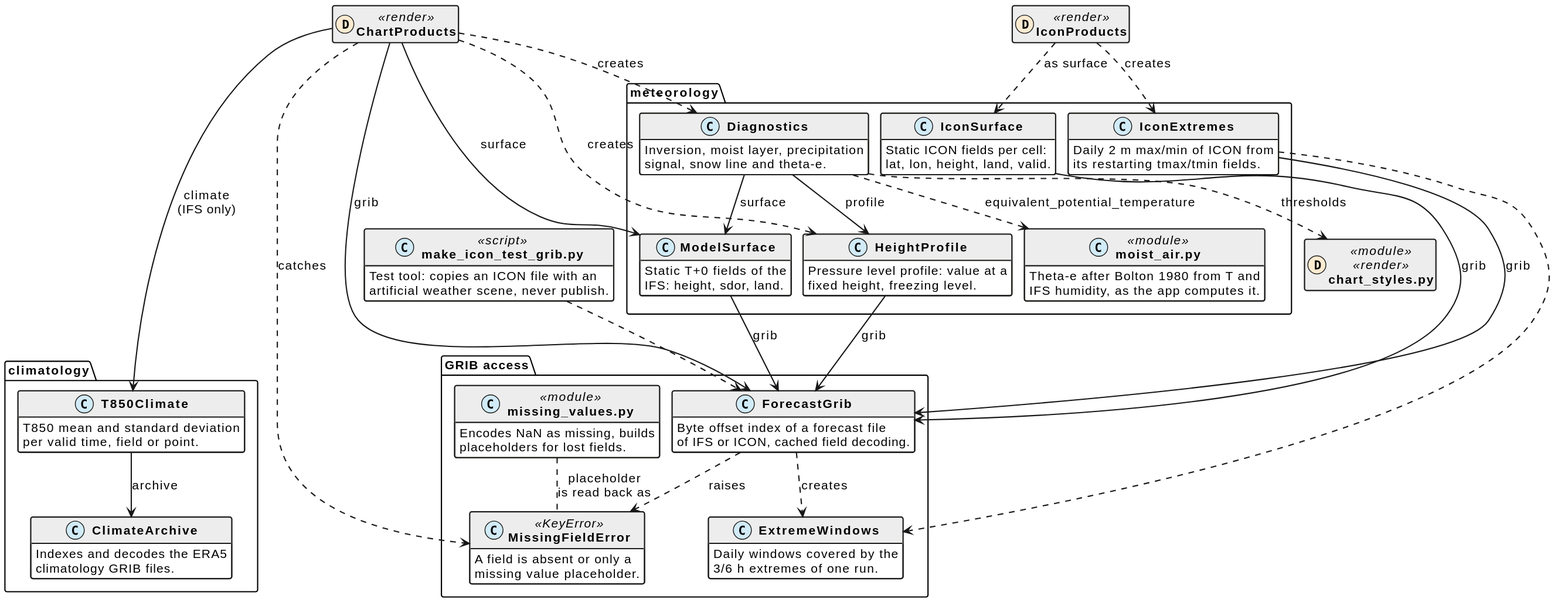
This is docs/grib.svg from schletz/wetterkartenviewer, a PlantUML export, as it was before one commit.
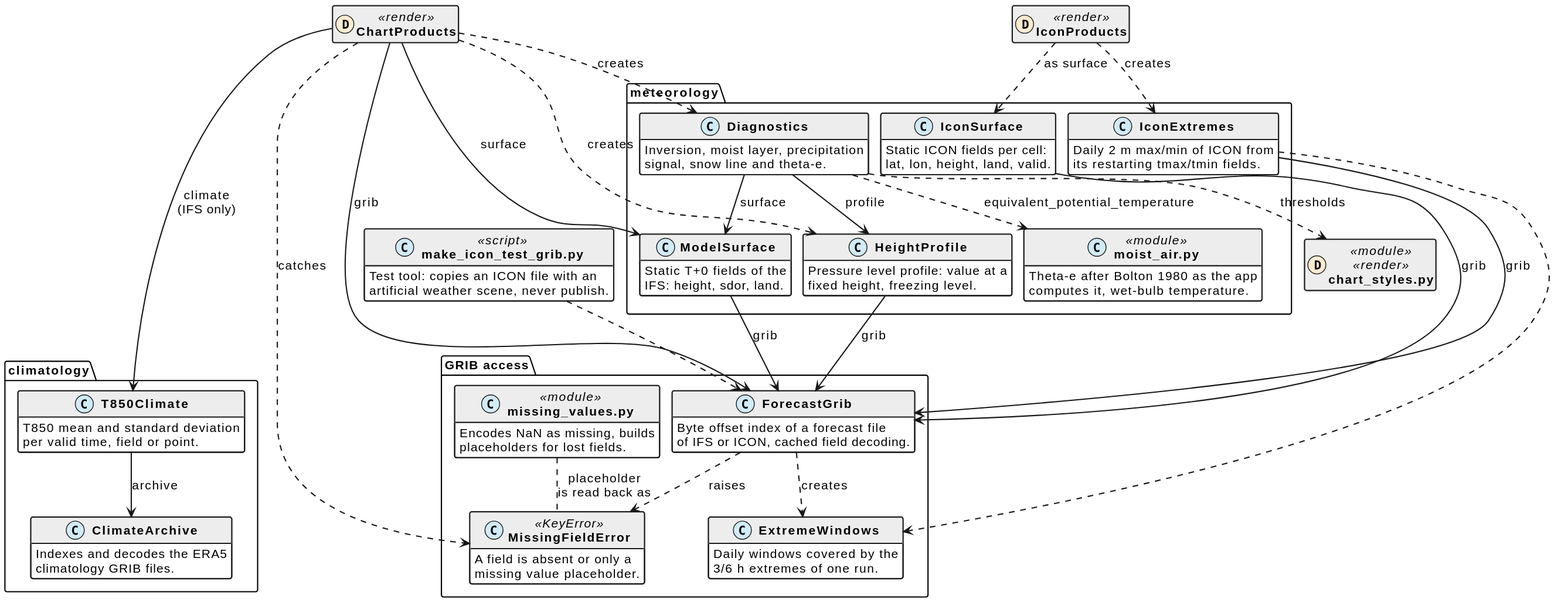
The same diagram one commit later.

What changed in the source:
```diff
@@ -82,8 +82,8 @@
  signal, snow line and theta-e.
  }
  class "moist_air.py" as moist_air <<module>> {
- Theta-e after Bolton 1980 from T and
- IFS humidity, as the app computes it.
+ Theta-e after Bolton 1980 as the app
+ computes it, wet-bulb temperature.
  }
  class IconExtremes {
  Daily 2 m max/min of ICON from
```
